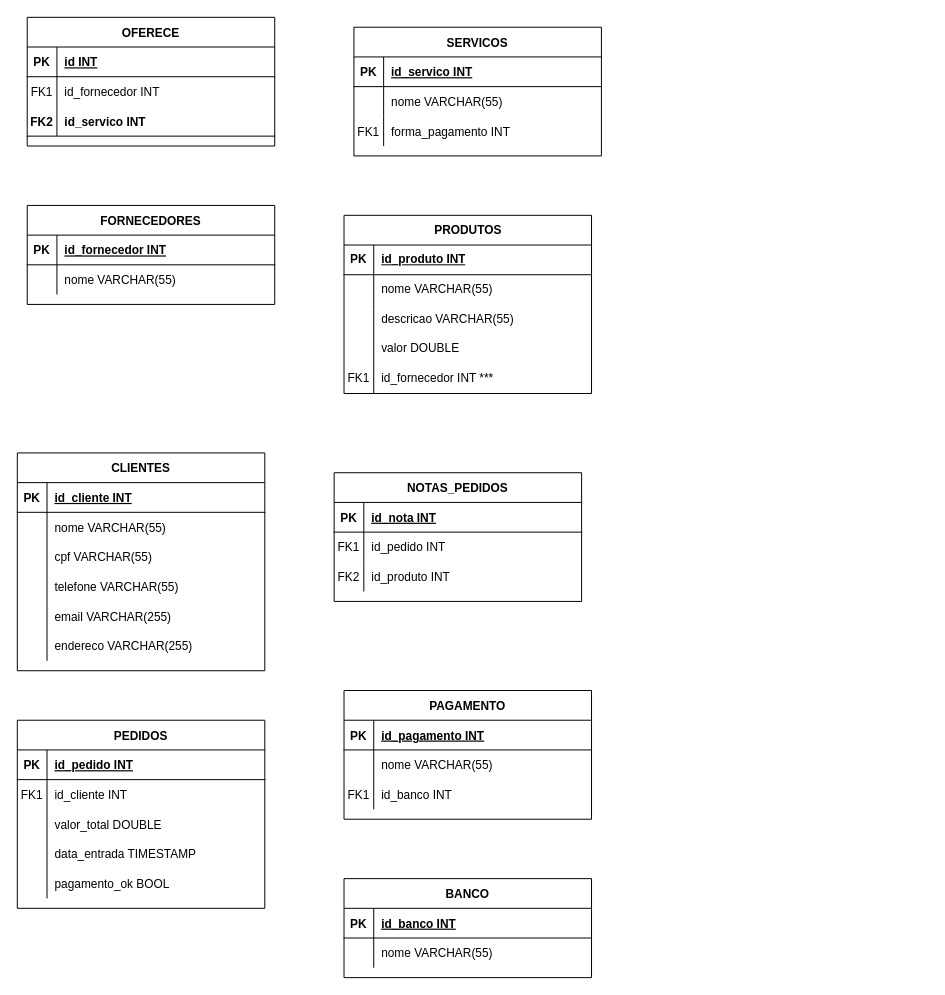
Before: agência_de_turismo.drawio in GustavoSouza123/ERDs, a draw.io diagram. Source tidied: cells renumbered, new cells numbered last; positions are measured from the earlier drawing's top-left corner, leaving out a move shared by most shapes. Both pictures are drawn from the tidied source at 99%, with x=0, y=0 at pixel (17, 17).
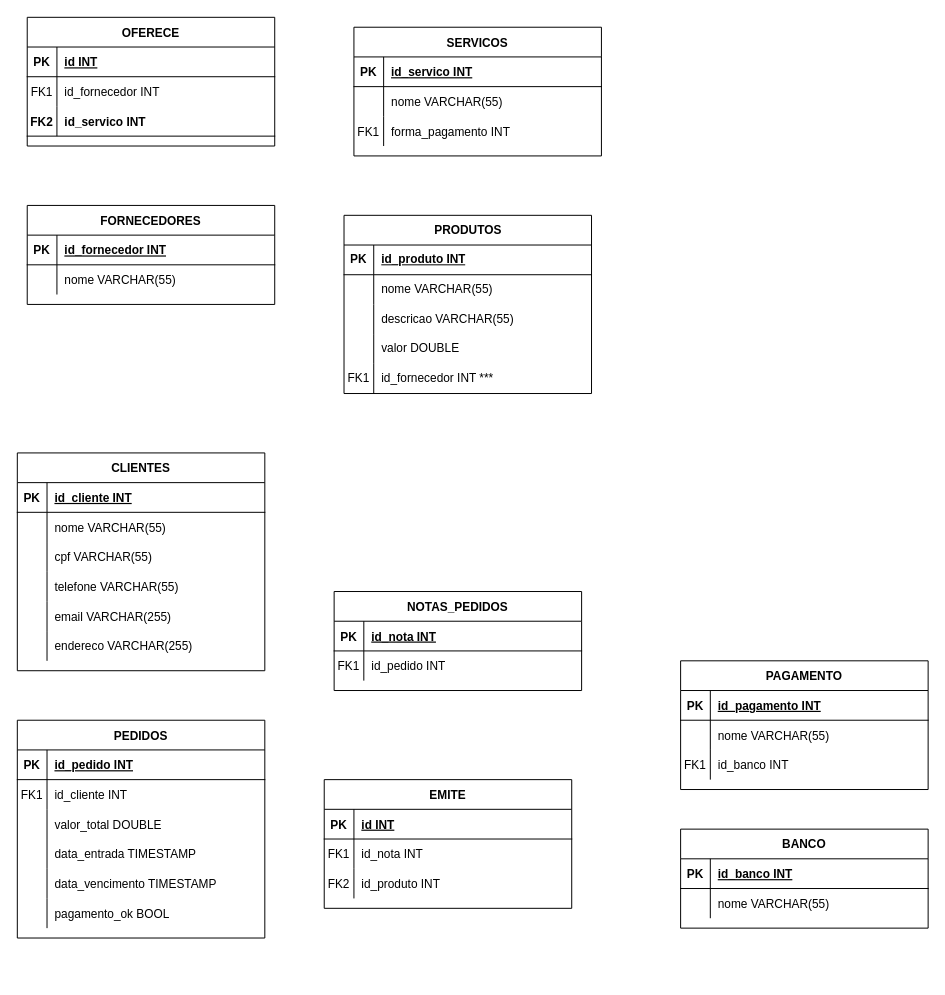
Above is the later version.

Unchanged cells that the change refers to:
```xml
<mxCell id="104" style="shape=partialRectangle;fillColor=none;top=0;left=0;right=0;bottom=0;" parent="91" vertex="1">
  <mxGeometry y="150" width="250" height="30" as="geometry" />
</mxCell>
```

What changed in the source:
```diff
@@
     <mxCell id="38" value="PAGAMENTO" style="shape=table;startSize=30;childLayout=tableLayout;rowLines=0;fontStyle=1;align=center;" parent="1" vertex="1">
-      <mxGeometry x="330" y="680" width="250" height="130" as="geometry" />
+      <mxGeometry x="670" y="650" width="250" height="130" as="geometry" />
     </mxCell>
@@
     <mxCell id="48" value="NOTAS_PEDIDOS" style="shape=table;startSize=30;childLayout=tableLayout;rowLines=0;fontStyle=1;align=center;" parent="1" vertex="1">
-      <mxGeometry x="320" y="460" width="250" height="130" as="geometry" />
+      <mxGeometry x="320" y="580" width="250" height="100" as="geometry" />
     </mxCell>
@@
-    <mxCell id="55" style="shape=partialRectangle;fillColor=none;top=0;left=0;right=0;bottom=0;" parent="48" vertex="1">
-      <mxGeometry y="90" width="250" height="30" as="geometry" />
-    </mxCell>
-    <mxCell id="56" value="FK2" style="shape=partialRectangle;overflow=hidden;fillColor=none;top=0;left=0;bottom=0;right=0;" parent="55" vertex="1">
-      <mxGeometry width="30" height="30" as="geometry" />
-    </mxCell>
-    <mxCell id="57" value="id_produto INT" style="shape=partialRectangle;overflow=hidden;fillColor=none;top=0;left=0;bottom=0;right=0;align=left;spacingLeft=6;" parent="55" vertex="1">
-      <mxGeometry x="30" width="220" height="30" as="geometry" />
-    </mxCell>
     <mxCell id="58" value="BANCO" style="shape=table;startSize=30;childLayout=tableLayout;rowLines=0;fontStyle=1;align=center;" parent="1" vertex="1">
-      <mxGeometry x="330" y="870" width="250" height="100" as="geometry" />
+      <mxGeometry x="670" y="820" width="250" height="100" as="geometry" />
     </mxCell>
@@
     <mxCell id="91" value="PEDIDOS" style="shape=table;startSize=30;childLayout=tableLayout;rowLines=0;fontStyle=1;align=center;" parent="1" vertex="1">
-      <mxGeometry y="710" width="250" height="190" as="geometry" />
+      <mxGeometry y="710" width="250" height="220" as="geometry" />
     </mxCell>
@@
-    <mxCell id="106" value="pagamento_ok BOOL" style="shape=partialRectangle;overflow=hidden;fillColor=none;top=0;left=0;bottom=0;right=0;align=left;spacingLeft=6;" parent="104" vertex="1">
+    <mxCell id="106" value="data_vencimento TIMESTAMP" style="shape=partialRectangle;overflow=hidden;fillColor=none;top=0;left=0;bottom=0;right=0;align=left;spacingLeft=6;" parent="104" vertex="1">
       <mxGeometry x="30" width="220" height="30" as="geometry" />
     </mxCell>
+    <mxCell id="107" style="shape=partialRectangle;fillColor=none;top=0;left=0;right=0;bottom=0;" parent="91" vertex="1">
+      <mxGeometry y="180" width="250" height="30" as="geometry" />
+    </mxCell>
+    <mxCell id="108" style="shape=partialRectangle;overflow=hidden;fillColor=none;top=0;left=0;bottom=0;right=0;" parent="107" vertex="1">
+      <mxGeometry width="30" height="30" as="geometry" />
+    </mxCell>
+    <mxCell id="109" value="pagamento_ok BOOL" style="shape=partialRectangle;overflow=hidden;fillColor=none;top=0;left=0;bottom=0;right=0;align=left;spacingLeft=6;" parent="107" vertex="1">
+      <mxGeometry x="30" width="220" height="30" as="geometry" />
+    </mxCell>
+    <mxCell id="110" value="EMITE" style="shape=table;startSize=30;childLayout=tableLayout;rowLines=0;fontStyle=1;align=center;" parent="1" vertex="1">
+      <mxGeometry x="310" y="770" width="250" height="130" as="geometry" />
+    </mxCell>
+    <mxCell id="111" style="shape=partialRectangle;fillColor=none;top=0;left=0;right=0;bottom=1;" parent="110" vertex="1">
+      <mxGeometry y="30" width="250" height="30" as="geometry" />
+    </mxCell>
+    <mxCell id="112" value="PK" style="shape=partialRectangle;overflow=hidden;fillColor=none;top=0;left=0;bottom=0;right=0;fontStyle=1;" parent="111" vertex="1">
+      <mxGeometry width="30" height="30" as="geometry" />
+    </mxCell>
+    <mxCell id="113" value="id INT" style="shape=partialRectangle;overflow=hidden;fillColor=none;top=0;left=0;bottom=0;right=0;align=left;spacingLeft=6;fontStyle=5;" parent="111" vertex="1">
+      <mxGeometry x="30" width="220" height="30" as="geometry" />
+    </mxCell>
+    <mxCell id="114" style="shape=partialRectangle;fillColor=none;top=0;left=0;right=0;bottom=0;" parent="110" vertex="1">
+      <mxGeometry y="60" width="250" height="30" as="geometry" />
+    </mxCell>
+    <mxCell id="115" value="FK1" style="shape=partialRectangle;overflow=hidden;fillColor=none;top=0;left=0;bottom=0;right=0;" parent="114" vertex="1">
+      <mxGeometry width="30" height="30" as="geometry" />
+    </mxCell>
+    <mxCell id="116" value="id_nota INT" style="shape=partialRectangle;overflow=hidden;fillColor=none;top=0;left=0;bottom=0;right=0;align=left;spacingLeft=6;" parent="114" vertex="1">
+      <mxGeometry x="30" width="220" height="30" as="geometry" />
+    </mxCell>
+    <mxCell id="55" style="shape=partialRectangle;fillColor=none;top=0;left=0;right=0;bottom=0;" parent="110" vertex="1">
+      <mxGeometry y="90" width="250" height="30" as="geometry" />
+    </mxCell>
+    <mxCell id="56" value="FK2" style="shape=partialRectangle;overflow=hidden;fillColor=none;top=0;left=0;bottom=0;right=0;" parent="55" vertex="1">
+      <mxGeometry width="30" height="30" as="geometry" />
+    </mxCell>
+    <mxCell id="57" value="id_produto INT" style="shape=partialRectangle;overflow=hidden;fillColor=none;top=0;left=0;bottom=0;right=0;align=left;spacingLeft=6;" parent="55" vertex="1">
+      <mxGeometry x="30" width="220" height="30" as="geometry" />
+    </mxCell>
```
